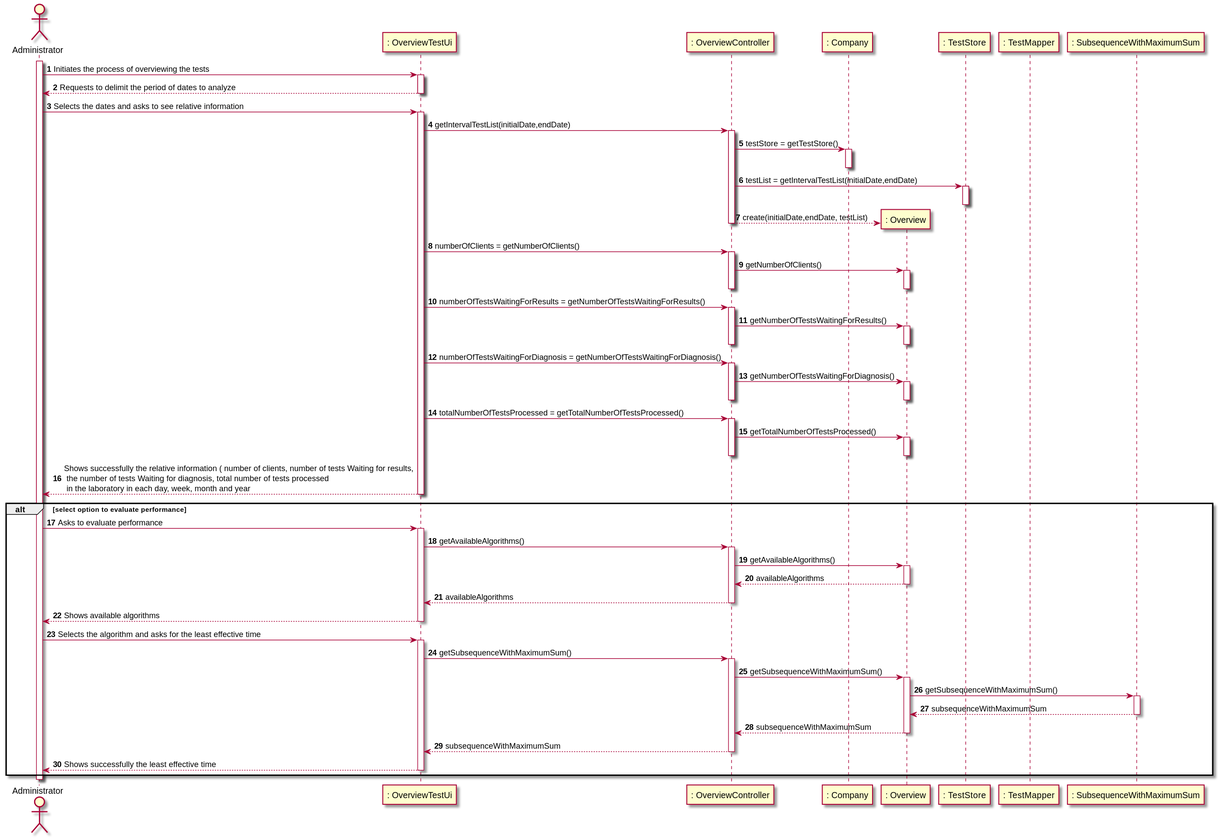
This is docs/SprintD/US16/US16_SD.svg from manu-07-ela/LAPR2_ISEP, a PlantUML export, as it was before one commit.
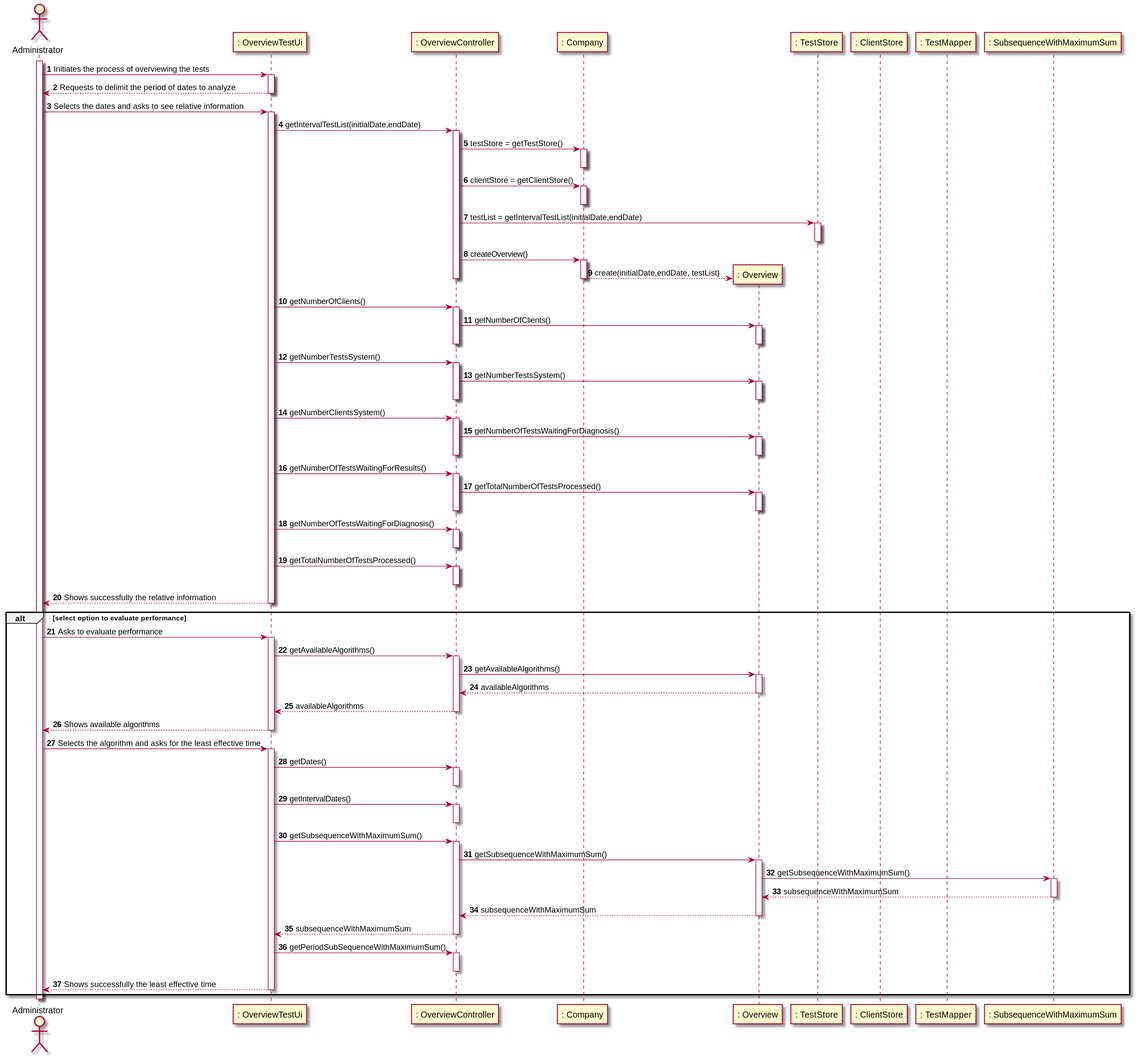
After the commit.

What changed in the source:
```diff
@@ -7,6 +7,7 @@
 participant ": Company" as COMP
 participant ": Overview" as OVERVIEW
 participant ": TestStore" as TS
+participant ": ClientStore" as CS
 participant ": TestMapper" as tMAPPER
 participant ": SubsequenceWithMaximumSum" as interface
 
@@ -24,42 +25,56 @@
 CTRL -> COMP : testStore = getTestStore()
 activate COMP
 deactivate COMP
+CTRL -> COMP : clientStore = getClientStore()
+activate COMP
+deactivate COMP
 CTRL -> TS : testList = getIntervalTestList(initialDate,endDate)
 activate TS
 deactivate TS
-CTRL --> OVERVIEW** : create(initialDate,endDate, testList)
+CTRL -> COMP : createOverview()
+activate COMP
+COMP --> OVERVIEW** : create(initialDate,endDate, testList)
+deactivate COMP
 deactivate CTRL
 
 deactivate CTRL
-UI -> CTRL : numberOfClients = getNumberOfClients()
+UI -> CTRL : getNumberOfClients()
 activate CTRL
 CTRL -> OVERVIEW : getNumberOfClients()
 activate OVERVIEW
 deactivate OVERVIEW
 deactivate CTRL
 
-UI -> CTRL : numberOfTestsWaitingForResults = getNumberOfTestsWaitingForResults()
+UI -> CTRL : getNumberTestsSystem()
 activate CTRL
-CTRL -> OVERVIEW : getNumberOfTestsWaitingForResults()
+CTRL -> OVERVIEW : getNumberTestsSystem()
 activate OVERVIEW
 deactivate OVERVIEW
 deactivate CTRL
 
-UI -> CTRL : numberOfTestsWaitingForDiagnosis = getNumberOfTestsWaitingForDiagnosis()
+UI -> CTRL : getNumberClientsSystem()
 activate CTRL
 CTRL -> OVERVIEW : getNumberOfTestsWaitingForDiagnosis()
 activate OVERVIEW
 deactivate OVERVIEW
 deactivate CTRL
 
-UI -> CTRL : totalNumberOfTestsProcessed = getTotalNumberOfTestsProcessed()
+UI -> CTRL : getNumberOfTestsWaitingForResults()
 activate CTRL
 CTRL -> OVERVIEW : getTotalNumberOfTestsProcessed()
 activate OVERVIEW
 deactivate OVERVIEW
 deactivate CTRL
 
-UI --> ADMIN : Shows successfully the relative information ( number of clients, number of tests Waiting for results,\n the number of tests Waiting for diagnosis, total number of tests processed \n in the laboratory in each day, week, month and year
+UI -> CTRL : getNumberOfTestsWaitingForDiagnosis()
+activate CTRL
+deactivate CTRL
+
+UI -> CTRL : getTotalNumberOfTestsProcessed()
+activate CTRL
+deactivate CTRL
+
+UI --> ADMIN : Shows successfully the relative information
 deactivate UI
 alt select option to evaluate performance
 ADMIN -> UI : Asks to evaluate performance
@@ -77,6 +92,12 @@
 
 ADMIN -> UI : Selects the algorithm and asks for the least effective time
 activate UI
+UI -> CTRL : getDates()
+activate CTRL
+deactivate CTRL
+UI -> CTRL : getIntervalDates()
+activate CTRL
+deactivate CTRL
 UI -> CTRL : getSubsequenceWithMaximumSum()
 activate CTRL
 CTRL -> OVERVIEW : getSubsequenceWithMaximumSum()
@@ -89,6 +110,11 @@
 deactivate OVERVIEW
 CTRL --> UI : subsequenceWithMaximumSum
 deactivate CTRL
+
+UI -> CTRL : getPeriodSubSequenceWithMaximumSum()
+activate CTRL
+deactivate CTRL
+
 UI --> ADMIN : Shows successfully the least effective time
 deactivate UI
 end
```
